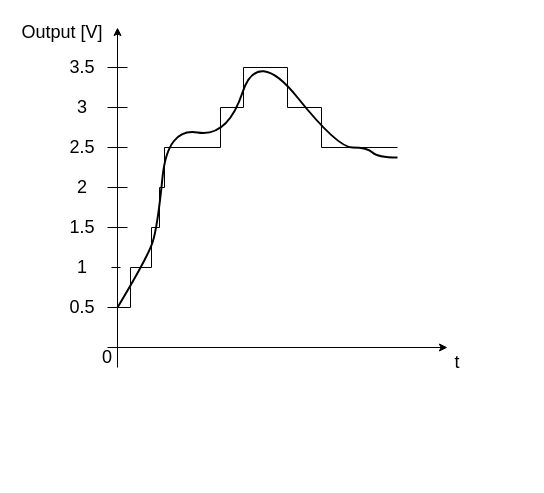
Before: Exercices/ADC-DAC/figures/profil-quatification-conv.drawio in parastuffs/3BMBS-electronique, a draw.io diagram. Source tidied: cells renumbered, new cells numbered last; positions are measured from the earlier drawing's top-left corner, leaving out a move shared by most shapes. Both pictures are drawn from the tidied source at 100%, with x=0, y=0 at pixel (17, 17).
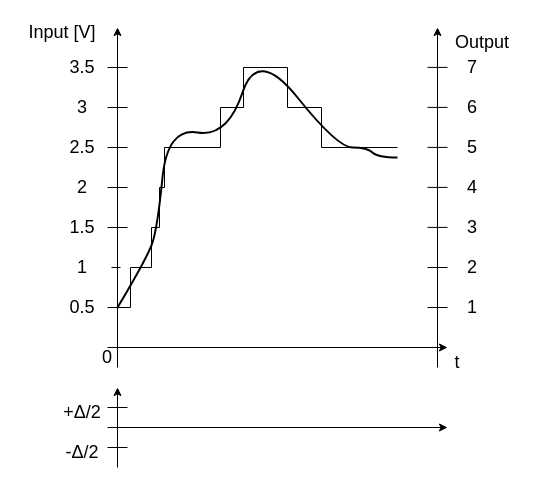
Above is the later version.

Change to the diagram source:
```diff
@@
-    <mxCell id="11" value="Output [V]" style="text;html=1;strokeColor=none;fillColor=none;align=center;verticalAlign=middle;whiteSpace=wrap;rounded=0;fontSize=18;" parent="1" vertex="1">
+    <mxCell id="11" value="Input [V]" style="text;html=1;strokeColor=none;fillColor=none;align=center;verticalAlign=middle;whiteSpace=wrap;rounded=0;fontSize=18;" parent="1" vertex="1">
       <mxGeometry width="90" height="30" as="geometry" />
     </mxCell>
@@
+    <mxCell id="23" style="endArrow=classic;html=1;rounded=0;" parent="1" edge="1">
+      <mxGeometry relative="1" as="geometry">
+        <mxPoint x="420" y="350" as="sourcePoint" />
+        <mxPoint x="420" y="10" as="targetPoint" />
+      </mxGeometry>
+    </mxCell>
+    <mxCell id="24" value="Output" style="text;html=1;strokeColor=none;fillColor=none;align=center;verticalAlign=middle;whiteSpace=wrap;rounded=0;fontSize=18;" parent="1" vertex="1">
+      <mxGeometry x="420" y="10" width="90" height="30" as="geometry" />
+    </mxCell>
+    <mxCell id="25" style="endArrow=none;html=1;rounded=0;" parent="1" edge="1">
+      <mxGeometry relative="1" as="geometry">
+        <mxPoint x="410" y="129.9" as="sourcePoint" />
+        <mxPoint x="430" y="129.9" as="targetPoint" />
+      </mxGeometry>
+    </mxCell>
+    <mxCell id="26" style="endArrow=none;html=1;rounded=0;" parent="1" edge="1">
+      <mxGeometry relative="1" as="geometry">
+        <mxPoint x="410" y="169.9" as="sourcePoint" />
+        <mxPoint x="430" y="169.9" as="targetPoint" />
+      </mxGeometry>
+    </mxCell>
+    <mxCell id="27" style="endArrow=none;html=1;rounded=0;" parent="1" edge="1">
+      <mxGeometry relative="1" as="geometry">
+        <mxPoint x="410" y="209.9" as="sourcePoint" />
+        <mxPoint x="430" y="209.9" as="targetPoint" />
+      </mxGeometry>
+    </mxCell>
+    <mxCell id="28" style="endArrow=none;html=1;rounded=0;" parent="1" edge="1">
+      <mxGeometry relative="1" as="geometry">
+        <mxPoint x="410" y="49.9" as="sourcePoint" />
+        <mxPoint x="430" y="49.9" as="targetPoint" />
+      </mxGeometry>
+    </mxCell>
+    <mxCell id="29" style="endArrow=none;html=1;rounded=0;" parent="1" edge="1">
+      <mxGeometry relative="1" as="geometry">
+        <mxPoint x="410" y="89.9" as="sourcePoint" />
+        <mxPoint x="430" y="89.9" as="targetPoint" />
+      </mxGeometry>
+    </mxCell>
+    <mxCell id="30" style="endArrow=none;html=1;rounded=0;" parent="1" edge="1">
+      <mxGeometry relative="1" as="geometry">
+        <mxPoint x="410" y="250" as="sourcePoint" />
+        <mxPoint x="430" y="250" as="targetPoint" />
+      </mxGeometry>
+    </mxCell>
+    <mxCell id="31" style="endArrow=none;html=1;rounded=0;" parent="1" edge="1">
+      <mxGeometry relative="1" as="geometry">
+        <mxPoint x="410" y="290" as="sourcePoint" />
+        <mxPoint x="430" y="290" as="targetPoint" />
+      </mxGeometry>
+    </mxCell>
+    <mxCell id="32" value="1" style="text;html=1;strokeColor=none;fillColor=none;align=center;verticalAlign=middle;whiteSpace=wrap;rounded=0;fontSize=18;" parent="1" vertex="1">
+      <mxGeometry x="440" y="280" width="30" height="20" as="geometry" />
+    </mxCell>
+    <mxCell id="33" value="2" style="text;html=1;strokeColor=none;fillColor=none;align=center;verticalAlign=middle;whiteSpace=wrap;rounded=0;fontSize=18;" parent="1" vertex="1">
+      <mxGeometry x="440" y="240" width="30" height="20" as="geometry" />
+    </mxCell>
+    <mxCell id="34" value="4" style="text;html=1;strokeColor=none;fillColor=none;align=center;verticalAlign=middle;whiteSpace=wrap;rounded=0;fontSize=18;" parent="1" vertex="1">
+      <mxGeometry x="440" y="160" width="30" height="20" as="geometry" />
+    </mxCell>
+    <mxCell id="35" value="6" style="text;html=1;strokeColor=none;fillColor=none;align=center;verticalAlign=middle;whiteSpace=wrap;rounded=0;fontSize=18;" parent="1" vertex="1">
+      <mxGeometry x="440" y="80" width="30" height="20" as="geometry" />
+    </mxCell>
+    <mxCell id="36" value="3" style="text;html=1;strokeColor=none;fillColor=none;align=center;verticalAlign=middle;whiteSpace=wrap;rounded=0;fontSize=18;" parent="1" vertex="1">
+      <mxGeometry x="440" y="200" width="30" height="20" as="geometry" />
+    </mxCell>
+    <mxCell id="37" value="5" style="text;html=1;strokeColor=none;fillColor=none;align=center;verticalAlign=middle;whiteSpace=wrap;rounded=0;fontSize=18;" parent="1" vertex="1">
+      <mxGeometry x="440" y="120" width="30" height="20" as="geometry" />
+    </mxCell>
+    <mxCell id="38" value="7" style="text;html=1;strokeColor=none;fillColor=none;align=center;verticalAlign=middle;whiteSpace=wrap;rounded=0;fontSize=18;" parent="1" vertex="1">
+      <mxGeometry x="440" y="40" width="30" height="20" as="geometry" />
+    </mxCell>
+    <mxCell id="39" style="endArrow=classic;html=1;rounded=0;" parent="1" edge="1">
+      <mxGeometry relative="1" as="geometry">
+        <mxPoint x="100" y="450" as="sourcePoint" />
+        <mxPoint x="100" y="370" as="targetPoint" />
+      </mxGeometry>
+    </mxCell>
+    <mxCell id="40" style="endArrow=classic;html=1;rounded=0;" parent="1" edge="1">
+      <mxGeometry relative="1" as="geometry">
+        <mxPoint x="90" y="410" as="sourcePoint" />
+        <mxPoint x="430" y="410" as="targetPoint" />
+      </mxGeometry>
+    </mxCell>
+    <mxCell id="41" value="&lt;span lang=&quot;el&quot; class=&quot;lang-el&quot;&gt;+&lt;/span&gt;Δ/2" style="text;html=1;strokeColor=none;fillColor=none;align=center;verticalAlign=middle;whiteSpace=wrap;rounded=0;fontSize=18;" parent="1" vertex="1">
+      <mxGeometry x="45" y="380" width="40" height="30" as="geometry" />
+    </mxCell>
+    <mxCell id="42" value="-Δ/2" style="text;html=1;strokeColor=none;fillColor=none;align=center;verticalAlign=middle;whiteSpace=wrap;rounded=0;fontSize=18;" parent="1" vertex="1">
+      <mxGeometry x="45" y="420" width="40" height="30" as="geometry" />
+    </mxCell>
+    <mxCell id="43" style="endArrow=none;html=1;rounded=0;" parent="1" edge="1">
+      <mxGeometry relative="1" as="geometry">
+        <mxPoint x="90" y="390" as="sourcePoint" />
+        <mxPoint x="110" y="390" as="targetPoint" />
+      </mxGeometry>
+    </mxCell>
+    <mxCell id="44" style="endArrow=none;html=1;rounded=0;" parent="1" edge="1">
+      <mxGeometry relative="1" as="geometry">
+        <mxPoint x="90" y="430" as="sourcePoint" />
+        <mxPoint x="110" y="430" as="targetPoint" />
+      </mxGeometry>
+    </mxCell>
```
